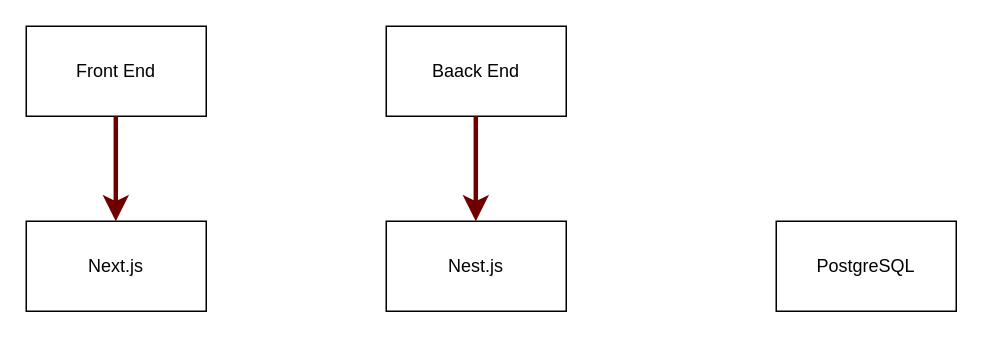
Before: components.drawio in hyk4869/fullstack-kakeibo, a draw.io diagram. Source tidied: cells renumbered, new cells numbered last; positions are measured from the earlier drawing's top-left corner, leaving out a move shared by most shapes. Both pictures are drawn from the tidied source at 150%, with x=0, y=0 at pixel (26, 26).
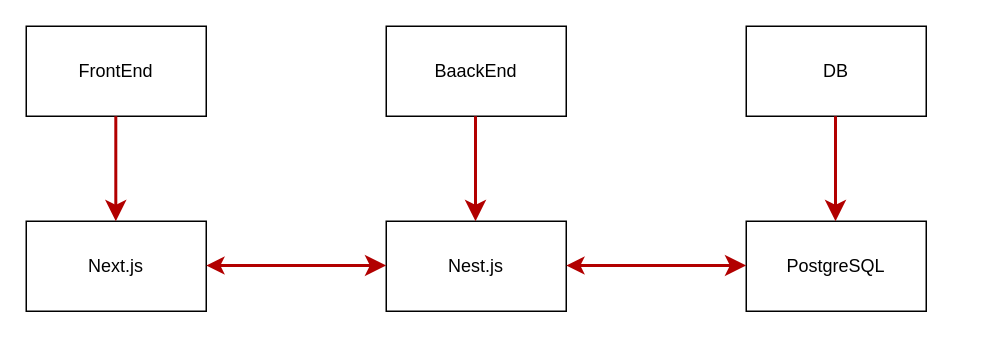
The same page after the edit.

Diff of the diagram source:
```diff
@@
 <mxGraphModel>
   <root>
     <mxCell id="0" />
     <mxCell id="1" parent="0" />
-    <mxCell id="2" value="Front End" style="whiteSpace=wrap;html=1;" parent="1" vertex="1">
+    <mxCell id="2" value="FrontEnd" style="whiteSpace=wrap;html=1;" parent="1" vertex="1">
       <mxGeometry width="120" height="60" as="geometry" />
     </mxCell>
-    <mxCell id="3" value="Baack End" style="whiteSpace=wrap;html=1;" parent="1" vertex="1">
+    <mxCell id="3" value="BaackEnd" style="whiteSpace=wrap;html=1;" parent="1" vertex="1">
       <mxGeometry x="240" width="120" height="60" as="geometry" />
     </mxCell>
     <mxCell id="4" value="PostgreSQL" style="whiteSpace=wrap;html=1;" parent="1" vertex="1">
-      <mxGeometry x="500" y="130" width="120" height="60" as="geometry" />
+      <mxGeometry x="480" y="130" width="120" height="60" as="geometry" />
     </mxCell>
     <mxCell id="5" value="Next.js" style="whiteSpace=wrap;html=1;" parent="1" vertex="1">
       <mxGeometry y="130" width="120" height="60" as="geometry" />
     </mxCell>
     <mxCell id="6" value="Nest.js" style="whiteSpace=wrap;html=1;" parent="1" vertex="1">
       <mxGeometry x="240" y="130" width="120" height="60" as="geometry" />
     </mxCell>
-    <mxCell id="7" style="edgeStyle=none;orthogonalLoop=1;jettySize=auto;html=1;fillColor=#a20025;strokeColor=#6F0000;endSize=8;strokeWidth=3;" parent="1" edge="1">
+    <mxCell id="7" style="edgeStyle=none;orthogonalLoop=1;jettySize=auto;html=1;fillColor=#e51400;strokeColor=#B20000;endSize=8;strokeWidth=2;" parent="1" edge="1">
       <mxGeometry relative="1" as="geometry">
         <mxPoint x="59.7" y="60" as="sourcePoint" />
         <mxPoint x="59.7" y="130" as="targetPoint" />
       </mxGeometry>
     </mxCell>
-    <mxCell id="8" style="edgeStyle=none;orthogonalLoop=1;jettySize=auto;html=1;fillColor=#a20025;strokeColor=#6F0000;endSize=8;strokeWidth=3;" parent="1" edge="1">
+    <mxCell id="8" style="edgeStyle=none;orthogonalLoop=1;jettySize=auto;html=1;fillColor=#e51400;strokeColor=#B20000;endSize=8;strokeWidth=2;" parent="1" edge="1">
       <mxGeometry relative="1" as="geometry">
-        <mxPoint x="299.7" y="60" as="sourcePoint" />
-        <mxPoint x="299.7" y="130" as="targetPoint" />
+        <mxPoint x="299.5" y="60" as="sourcePoint" />
+        <mxPoint x="299.5" y="130" as="targetPoint" />
       </mxGeometry>
     </mxCell>
+    <mxCell id="9" style="edgeStyle=none;orthogonalLoop=1;jettySize=auto;html=1;fillColor=#e51400;strokeColor=#B20000;endSize=8;strokeWidth=2;startArrow=classic;startFill=1;" parent="1" edge="1">
+      <mxGeometry relative="1" as="geometry">
+        <mxPoint x="120" y="159.5" as="sourcePoint" />
+        <mxPoint x="240" y="159.5" as="targetPoint" />
+      </mxGeometry>
+    </mxCell>
+    <mxCell id="10" style="edgeStyle=none;orthogonalLoop=1;jettySize=auto;html=1;fillColor=#e51400;strokeColor=#B20000;endSize=8;strokeWidth=2;startArrow=classic;startFill=1;" parent="1" edge="1">
+      <mxGeometry relative="1" as="geometry">
+        <mxPoint x="360" y="159.5" as="sourcePoint" />
+        <mxPoint x="480" y="159.5" as="targetPoint" />
+      </mxGeometry>
+    </mxCell>
+    <mxCell id="11" value="DB" style="whiteSpace=wrap;html=1;" parent="1" vertex="1">
+      <mxGeometry x="480" width="120" height="60" as="geometry" />
+    </mxCell>
+    <mxCell id="12" style="edgeStyle=none;orthogonalLoop=1;jettySize=auto;html=1;fillColor=#e51400;strokeColor=#B20000;endSize=8;strokeWidth=2;" parent="1" edge="1">
+      <mxGeometry relative="1" as="geometry">
+        <mxPoint x="539.5" y="60" as="sourcePoint" />
+        <mxPoint x="539.5" y="130" as="targetPoint" />
+      </mxGeometry>
+    </mxCell>
   </root>
 </mxGraphModel>
```
